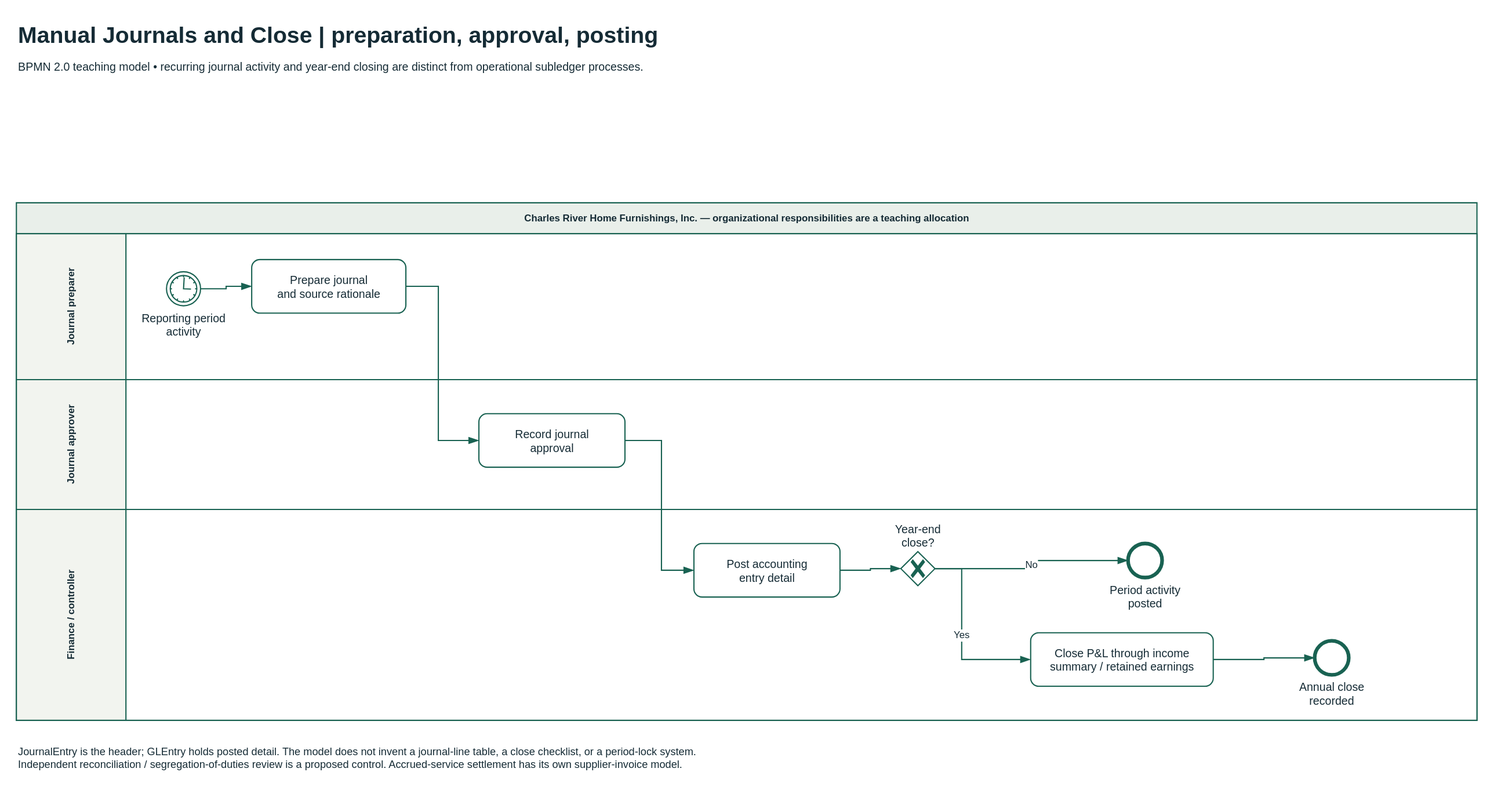
This is static/diagrams/bpmn/manual-journals-close.svg from mmcodesso/CharlesRiver_Database, a draw.io export, as it was before one commit. Source tidied: cells renumbered, new cells last; positions are measured from the earlier drawing's top-left corner, leaving out a move shared by most shapes.
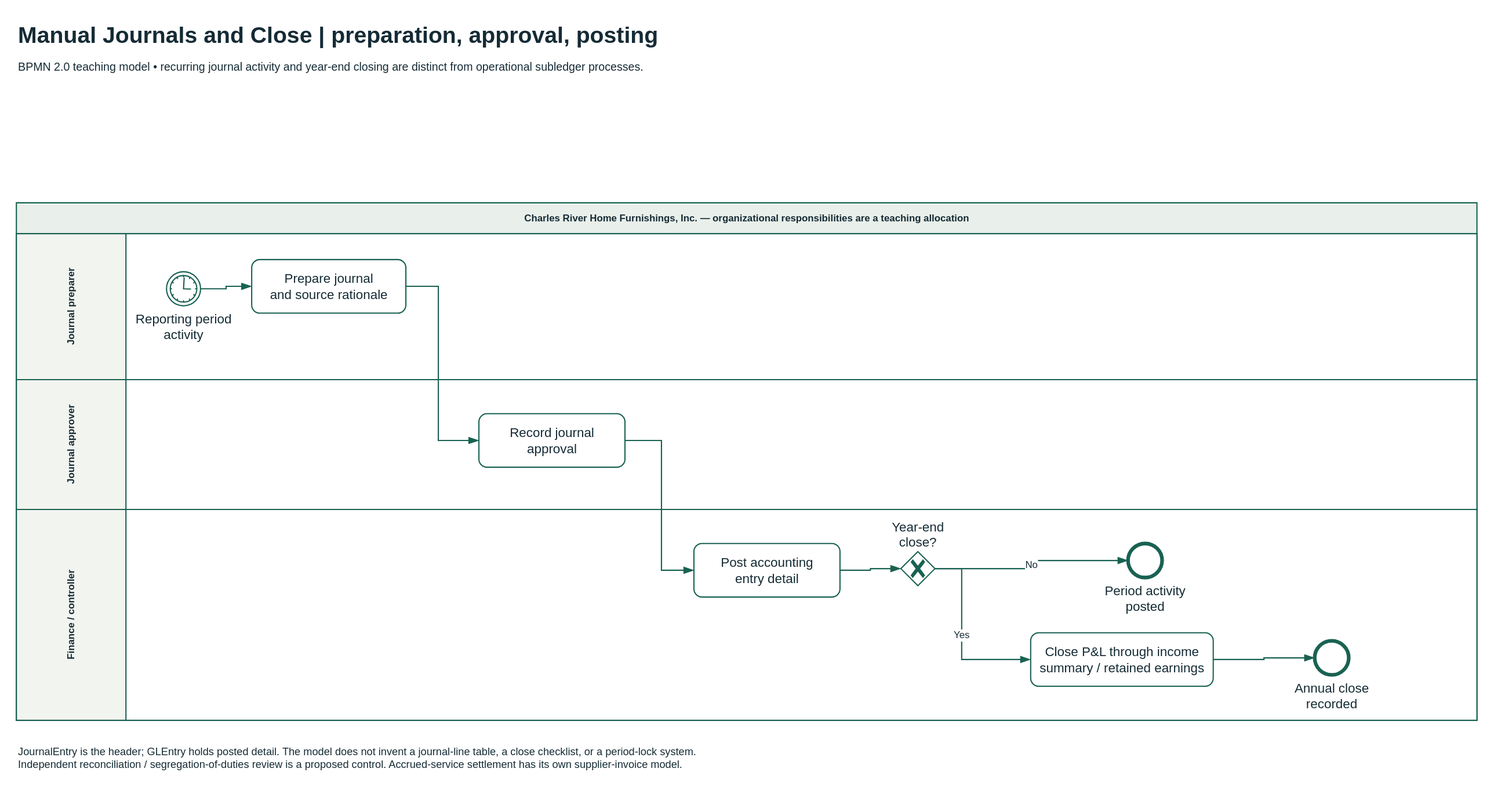
After the commit.

The edit, as a diff of the source:
```diff
@@ -14,34 +14,34 @@
     <mxCell id="5" value="Journal preparer" style="html=0;fontFamily=Arial;fontSize=14;fontColor=#152b35;strokeColor=#196252;strokeWidth=1.5;fillColor=#FFFFFF;whiteSpace=wrap;swimlane;horizontal=0;startSize=135;fontStyle=1;fillColor=#F2F4EF;swimlaneFillColor=#FFFFFF;" parent="4" vertex="1">
       <mxGeometry y="38" width="1800" height="180" as="geometry" />
     </mxCell>
-    <mxCell id="6" value="Reporting period&#10;activity" style="html=0;fontFamily=Arial;fontSize=14;fontColor=#152b35;strokeColor=#196252;strokeWidth=1.5;fillColor=#FFFFFF;whiteSpace=wrap;shape=mxgraph.bpmn.event;outline=standard;symbol=timer;perimeter=ellipsePerimeter;verticalLabelPosition=bottom;verticalAlign=top;labelBackgroundColor=#FFFFFF;labelWidth=140;" parent="5" vertex="1">
+    <mxCell id="6" value="Reporting period&#10;activity" style="html=0;fontFamily=Arial;fontColor=#152b35;strokeColor=#196252;strokeWidth=1.5;fillColor=#FFFFFF;whiteSpace=wrap;shape=mxgraph.bpmn.event;outline=standard;symbol=timer;perimeter=ellipsePerimeter;verticalLabelPosition=bottom;verticalAlign=top;labelBackgroundColor=#FFFFFF;labelWidth=140;fontSize=16;" parent="5" vertex="1">
       <mxGeometry x="185" y="47" width="42" height="42" as="geometry" />
     </mxCell>
-    <mxCell id="7" value="Prepare journal&#10;and source rationale" style="html=0;fontFamily=Arial;fontSize=14;fontColor=#152b35;strokeColor=#196252;strokeWidth=1.5;fillColor=#FFFFFF;whiteSpace=wrap;shape=mxgraph.bpmn.task2;rectStyle=rounded;size=10;taskMarker=abstract;" parent="5" vertex="1">
+    <mxCell id="7" value="Prepare journal&#10;and source rationale" style="html=0;fontFamily=Arial;fontColor=#152b35;strokeColor=#196252;strokeWidth=1.5;fillColor=#FFFFFF;whiteSpace=wrap;shape=mxgraph.bpmn.task2;rectStyle=rounded;size=10;taskMarker=abstract;fontSize=16;" parent="5" vertex="1">
       <mxGeometry x="290" y="32" width="190" height="66" as="geometry" />
     </mxCell>
     <mxCell id="8" value="Journal approver" style="html=0;fontFamily=Arial;fontSize=14;fontColor=#152b35;strokeColor=#196252;strokeWidth=1.5;fillColor=#FFFFFF;whiteSpace=wrap;swimlane;horizontal=0;startSize=135;fontStyle=1;fillColor=#F2F4EF;swimlaneFillColor=#FFFFFF;" parent="4" vertex="1">
       <mxGeometry y="218" width="1800" height="160" as="geometry" />
     </mxCell>
-    <mxCell id="9" value="Record journal&#10;approval" style="html=0;fontFamily=Arial;fontSize=14;fontColor=#152b35;strokeColor=#196252;strokeWidth=1.5;fillColor=#FFFFFF;whiteSpace=wrap;shape=mxgraph.bpmn.task2;rectStyle=rounded;size=10;taskMarker=abstract;" parent="8" vertex="1">
+    <mxCell id="9" value="Record journal&#10;approval" style="html=0;fontFamily=Arial;fontColor=#152b35;strokeColor=#196252;strokeWidth=1.5;fillColor=#FFFFFF;whiteSpace=wrap;shape=mxgraph.bpmn.task2;rectStyle=rounded;size=10;taskMarker=abstract;fontSize=16;" parent="8" vertex="1">
       <mxGeometry x="570" y="42" width="180" height="66" as="geometry" />
     </mxCell>
     <mxCell id="10" value="Finance / controller" style="html=0;fontFamily=Arial;fontSize=14;fontColor=#152b35;strokeColor=#196252;strokeWidth=1.5;fillColor=#FFFFFF;whiteSpace=wrap;swimlane;horizontal=0;startSize=135;fontStyle=1;fillColor=#F2F4EF;swimlaneFillColor=#FFFFFF;" parent="4" vertex="1">
       <mxGeometry y="378" width="1800" height="260" as="geometry" />
     </mxCell>
-    <mxCell id="11" value="Post accounting&#10;entry detail" style="html=0;fontFamily=Arial;fontSize=14;fontColor=#152b35;strokeColor=#196252;strokeWidth=1.5;fillColor=#FFFFFF;whiteSpace=wrap;shape=mxgraph.bpmn.task2;rectStyle=rounded;size=10;taskMarker=abstract;" parent="10" vertex="1">
+    <mxCell id="11" value="Post accounting&#10;entry detail" style="html=0;fontFamily=Arial;fontColor=#152b35;strokeColor=#196252;strokeWidth=1.5;fillColor=#FFFFFF;whiteSpace=wrap;shape=mxgraph.bpmn.task2;rectStyle=rounded;size=10;taskMarker=abstract;fontSize=16;" parent="10" vertex="1">
       <mxGeometry x="835" y="42" width="180" height="66" as="geometry" />
     </mxCell>
-    <mxCell id="12" value="Year-end&#10;close?" style="html=0;fontFamily=Arial;fontSize=14;fontColor=#152b35;strokeColor=#196252;strokeWidth=1.5;fillColor=#FFFFFF;whiteSpace=wrap;shape=mxgraph.bpmn.gateway2;outline=none;symbol=none;gwType=exclusive;perimeter=rhombusPerimeter;verticalLabelPosition=top;verticalAlign=bottom;labelBackgroundColor=#FFFFFF;labelWidth=140;" parent="10" vertex="1">
+    <mxCell id="12" value="Year-end&#10;close?" style="html=0;fontFamily=Arial;fontColor=#152b35;strokeColor=#196252;strokeWidth=1.5;fillColor=#FFFFFF;whiteSpace=wrap;shape=mxgraph.bpmn.gateway2;outline=none;symbol=none;gwType=exclusive;perimeter=rhombusPerimeter;verticalLabelPosition=top;verticalAlign=bottom;labelBackgroundColor=#FFFFFF;labelWidth=140;fontSize=16;" parent="10" vertex="1">
       <mxGeometry x="1090" y="52" width="42" height="42" as="geometry" />
     </mxCell>
-    <mxCell id="13" value="Period activity&#10;posted" style="html=0;fontFamily=Arial;fontSize=14;fontColor=#152b35;strokeColor=#196252;strokeWidth=1.5;fillColor=#FFFFFF;whiteSpace=wrap;shape=mxgraph.bpmn.event;outline=end;symbol=general;perimeter=ellipsePerimeter;verticalLabelPosition=bottom;verticalAlign=top;labelBackgroundColor=#FFFFFF;labelWidth=140;" parent="10" vertex="1">
+    <mxCell id="13" value="Period activity&#10;posted" style="html=0;fontFamily=Arial;fontColor=#152b35;strokeColor=#196252;strokeWidth=1.5;fillColor=#FFFFFF;whiteSpace=wrap;shape=mxgraph.bpmn.event;outline=end;symbol=general;perimeter=ellipsePerimeter;verticalLabelPosition=bottom;verticalAlign=top;labelBackgroundColor=#FFFFFF;labelWidth=140;fontSize=16;" parent="10" vertex="1">
       <mxGeometry x="1370" y="42" width="42" height="42" as="geometry" />
     </mxCell>
-    <mxCell id="14" value="Close P&amp;L through income&#10;summary / retained earnings" style="html=0;fontFamily=Arial;fontSize=14;fontColor=#152b35;strokeColor=#196252;strokeWidth=1.5;fillColor=#FFFFFF;whiteSpace=wrap;shape=mxgraph.bpmn.task2;rectStyle=rounded;size=10;taskMarker=abstract;" parent="10" vertex="1">
+    <mxCell id="14" value="Close P&amp;L through income&#10;summary / retained earnings" style="html=0;fontFamily=Arial;fontColor=#152b35;strokeColor=#196252;strokeWidth=1.5;fillColor=#FFFFFF;whiteSpace=wrap;shape=mxgraph.bpmn.task2;rectStyle=rounded;size=10;taskMarker=abstract;fontSize=16;" parent="10" vertex="1">
       <mxGeometry x="1250" y="152" width="225" height="66" as="geometry" />
     </mxCell>
-    <mxCell id="15" value="Annual close&#10;recorded" style="html=0;fontFamily=Arial;fontSize=14;fontColor=#152b35;strokeColor=#196252;strokeWidth=1.5;fillColor=#FFFFFF;whiteSpace=wrap;shape=mxgraph.bpmn.event;outline=end;symbol=general;perimeter=ellipsePerimeter;verticalLabelPosition=bottom;verticalAlign=top;labelBackgroundColor=#FFFFFF;labelWidth=140;" parent="10" vertex="1">
+    <mxCell id="15" value="Annual close&#10;recorded" style="html=0;fontFamily=Arial;fontColor=#152b35;strokeColor=#196252;strokeWidth=1.5;fillColor=#FFFFFF;whiteSpace=wrap;shape=mxgraph.bpmn.event;outline=end;symbol=general;perimeter=ellipsePerimeter;verticalLabelPosition=bottom;verticalAlign=top;labelBackgroundColor=#FFFFFF;labelWidth=140;fontSize=16;" parent="10" vertex="1">
       <mxGeometry x="1600" y="162" width="42" height="42" as="geometry" />
     </mxCell>
     <mxCell id="16" style="html=0;fontFamily=Arial;fontSize=14;fontColor=#152b35;strokeColor=#196252;strokeWidth=1.5;fillColor=#FFFFFF;whiteSpace=wrap;edgeStyle=orthogonalEdgeStyle;rounded=0;jettySize=15;fontSize=12;labelBackgroundColor=#FFFFFF;startArrow=none;endArrow=blockThin;endFill=1;endSize=9;" parent="1" edge="1" source="6" target="7">
```
